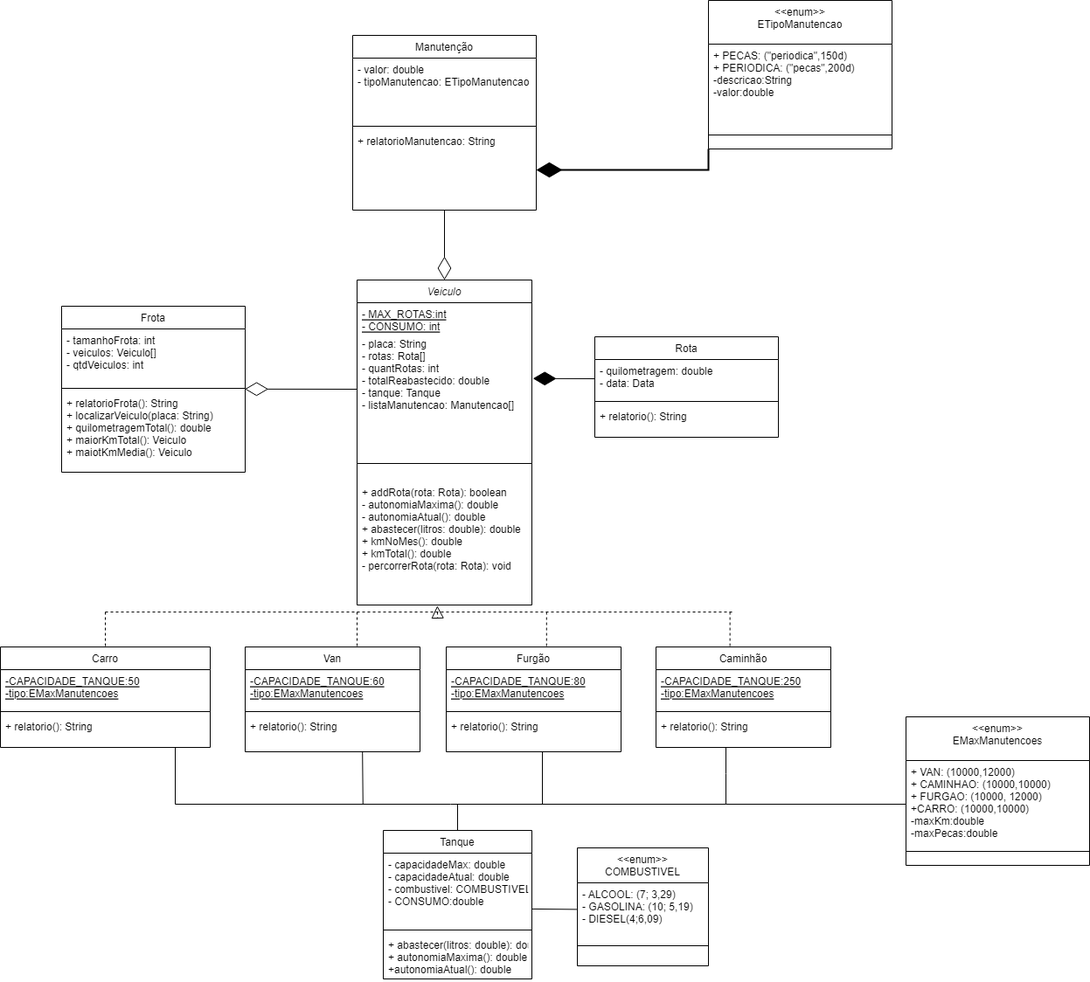
Above: docs/diagramas/POO_Controle_Frota.drawio.png in DisciplinasProgramacao/poo-tp-em-grupo-os-regulares (draw.io), before the change. Source tidied: cells renumbered, new cells last; positions are measured from the earlier drawing's top-left corner, leaving out a move shared by most shapes.
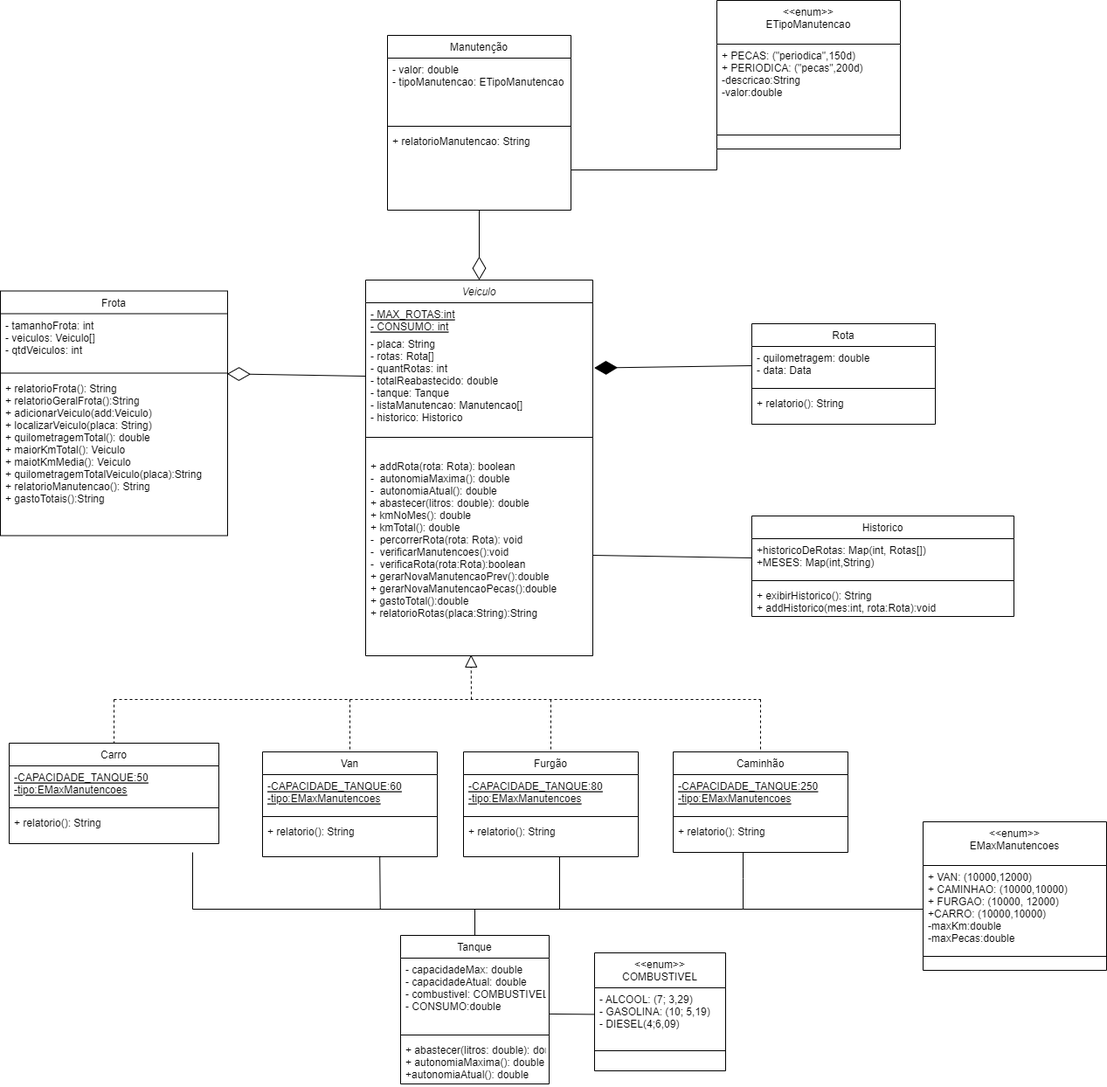
The same diagram one commit later.

Commit message:
Versão final do UML

Change to the diagram source:
```diff
@@ -3,34 +3,34 @@
     <mxCell id="0" />
     <mxCell id="1" parent="0" />
     <mxCell id="2" value="Frota" style="swimlane;fontStyle=0;align=center;verticalAlign=top;horizontal=1;startSize=26;rounded=0;shadow=0;strokeWidth=1;" parent="1" vertex="1">
-      <mxGeometry x="70" y="350" width="210" height="190" as="geometry" />
+      <mxGeometry x="-10" y="332.5" width="260" height="280" as="geometry" />
     </mxCell>
     <mxCell id="3" value="- tamanhoFrota: int&#10;- veiculos: Veiculo[]&#10;- qtdVeiculos: int" style="text;align=left;verticalAlign=top;spacingLeft=4;spacingRight=4;overflow=hidden;" parent="2" vertex="1">
-      <mxGeometry y="26" width="210" height="64" as="geometry" />
+      <mxGeometry y="26" width="260" height="64" as="geometry" />
     </mxCell>
     <mxCell id="4" style="line;html=1;strokeWidth=1;align=left;verticalAlign=middle;spacingTop=-1;spacingLeft=3;spacingRight=3;labelPosition=right;points=[];portConstraint=eastwest;" parent="2" vertex="1">
-      <mxGeometry y="90" width="210" height="8" as="geometry" />
+      <mxGeometry y="90" width="260" height="8" as="geometry" />
     </mxCell>
-    <mxCell id="5" value="+ relatorioFrota(): String&#10;+ localizarVeiculo(placa: String)&#10;+ quilometragemTotal(): double&#10;+ maiorKmTotal(): Veiculo&#10;+ maiotKmMedia(): Veiculo" style="text;align=left;verticalAlign=top;spacingLeft=4;spacingRight=4;overflow=hidden;" parent="2" vertex="1">
-      <mxGeometry y="98" width="210" height="92" as="geometry" />
+    <mxCell id="5" value="+ relatorioFrota(): String&#10;+ relatorioGeralFrota():String&#10;+ adicionarVeiculo(add:Veiculo)&#10;+ localizarVeiculo(placa: String)&#10;+ quilometragemTotal(): double&#10;+ maiorKmTotal(): Veiculo&#10;+ maiotKmMedia(): Veiculo&#10;+ quilometragemTotalVeiculo(placa):String&#10;+ relatorioManutencao(): String&#10;+ gastoTotais():String" style="text;align=left;verticalAlign=top;spacingLeft=4;spacingRight=4;overflow=hidden;" parent="2" vertex="1">
+      <mxGeometry y="98" width="260" height="182" as="geometry" />
     </mxCell>
     <mxCell id="6" value="Veiculo" style="swimlane;fontStyle=2;align=center;verticalAlign=top;horizontal=1;startSize=26;rounded=0;shadow=0;strokeWidth=1;" parent="1" vertex="1">
-      <mxGeometry x="408" y="320" width="200" height="372" as="geometry" />
+      <mxGeometry x="408" y="320" width="260" height="430" as="geometry" />
     </mxCell>
     <mxCell id="7" value="- MAX_ROTAS:int&#10;- CONSUMO: int" style="text;align=left;verticalAlign=top;spacingLeft=4;spacingRight=4;overflow=hidden;fontStyle=4;" parent="6" vertex="1">
-      <mxGeometry y="26" width="200" height="34" as="geometry" />
+      <mxGeometry y="26" width="260" height="34" as="geometry" />
     </mxCell>
-    <mxCell id="8" value="- placa: String&#10;- rotas: Rota[]&#10;- quantRotas: int&#10;- totalReabastecido: double&#10;- tanque: Tanque&#10;- listaManutencao: Manutencao[]" style="text;align=left;verticalAlign=top;spacingLeft=4;spacingRight=4;overflow=hidden;points=[[0,0.5],[1,0.5]];portConstraint=eastwest;fontStyle=0;" parent="6" vertex="1">
-      <mxGeometry y="60" width="200" height="130" as="geometry" />
+    <mxCell id="8" value="- placa: String&#10;- rotas: Rota[]&#10;- quantRotas: int&#10;- totalReabastecido: double&#10;- tanque: Tanque&#10;- listaManutencao: Manutencao[]&#10;- historico: Historico&#10;" style="text;align=left;verticalAlign=top;spacingLeft=4;spacingRight=4;overflow=hidden;points=[[0,0.5],[1,0.5]];portConstraint=eastwest;fontStyle=0;" parent="6" vertex="1">
+      <mxGeometry y="60" width="260" height="100" as="geometry" />
     </mxCell>
     <mxCell id="9" style="line;html=1;strokeWidth=1;align=left;verticalAlign=middle;spacingTop=-1;spacingLeft=3;spacingRight=3;labelPosition=right;" parent="6" vertex="1">
-      <mxGeometry y="190" width="200" height="40" as="geometry" />
+      <mxGeometry y="160" width="260" height="40" as="geometry" />
     </mxCell>
-    <mxCell id="10" value="+ addRota(rota: Rota): boolean&#10;- autonomiaMaxima(): double&#10;- autonomiaAtual(): double&#10;+ abastecer(litros: double): double&#10;+ kmNoMes(): double&#10;+ kmTotal(): double&#10;- percorrerRota(rota: Rota): void" style="text;align=left;verticalAlign=top;spacingLeft=4;spacingRight=4;overflow=hidden;points=[[0,0.5],[1,0.5]];portConstraint=eastwest;" parent="6" vertex="1">
-      <mxGeometry y="230" width="200" height="142" as="geometry" />
+    <mxCell id="10" value="+ addRota(rota: Rota): boolean&#10;-  autonomiaMaxima(): double&#10;-  autonomiaAtual(): double&#10;+ abastecer(litros: double): double&#10;+ kmNoMes(): double&#10;+ kmTotal(): double&#10;-  percorrerRota(rota: Rota): void&#10;-  verificarManutencoes():void&#10;-  verificaRota(rota:Rota):boolean&#10;+ gerarNovaManutencaoPrev():double&#10;+ gerarNovaManutencaoPecas():double&#10;+ gastoTotal():double&#10;+ relatorioRotas(placa:String):String&#10;" style="text;align=left;verticalAlign=top;spacingLeft=4;spacingRight=4;overflow=hidden;points=[[0,0.5],[1,0.5]];portConstraint=eastwest;" parent="6" vertex="1">
+      <mxGeometry y="200" width="260" height="230" as="geometry" />
     </mxCell>
     <mxCell id="11" value="&lt;&lt;enum&gt;&gt;&#10;COMBUSTIVEL" style="swimlane;fontStyle=0;align=center;verticalAlign=top;horizontal=1;startSize=40;rounded=0;shadow=0;strokeWidth=1;" parent="1" vertex="1">
-      <mxGeometry x="660" y="970" width="150" height="135" as="geometry" />
+      <mxGeometry x="670" y="1090" width="150" height="135" as="geometry" />
     </mxCell>
     <mxCell id="12" value="- ALCOOL: (7; 3,29)&#10;- GASOLINA: (10; 5,19)&#10;- DIESEL(4;6,09)" style="text;align=left;verticalAlign=top;spacingLeft=4;spacingRight=4;overflow=hidden;points=[[0,0.5],[1,0.5]];portConstraint=eastwest;fontStyle=0;" parent="11" vertex="1">
       <mxGeometry y="40" width="150" height="68" as="geometry" />
@@ -42,7 +42,7 @@
       <mxGeometry relative="1" as="geometry" />
     </mxCell>
     <mxCell id="15" value="Rota" style="swimlane;fontStyle=0;align=center;verticalAlign=top;horizontal=1;startSize=26;rounded=0;shadow=0;strokeWidth=1;" parent="1" vertex="1">
-      <mxGeometry x="680" y="385" width="210" height="115" as="geometry" />
+      <mxGeometry x="850" y="370" width="210" height="115" as="geometry" />
     </mxCell>
     <mxCell id="16" value="- quilometragem: double&#10;- data: Data" style="text;align=left;verticalAlign=top;spacingLeft=4;spacingRight=4;overflow=hidden;points=[[0,0.5],[1,0.5]];portConstraint=eastwest;" parent="15" vertex="1">
       <mxGeometry y="26" width="210" height="44" as="geometry" />
@@ -57,7 +57,7 @@
       <mxGeometry relative="1" as="geometry" />
     </mxCell>
     <mxCell id="20" value="Van" style="swimlane;fontStyle=0;align=center;verticalAlign=top;horizontal=1;startSize=26;rounded=0;shadow=0;strokeWidth=1;" parent="1" vertex="1">
-      <mxGeometry x="280" y="740" width="200" height="120" as="geometry" />
+      <mxGeometry x="290" y="860" width="200" height="120" as="geometry" />
     </mxCell>
     <mxCell id="21" value="-CAPACIDADE_TANQUE:60&#10;-tipo:EMaxManutencoes" style="text;align=left;verticalAlign=top;spacingLeft=4;spacingRight=4;overflow=hidden;fontStyle=4;" parent="20" vertex="1">
       <mxGeometry y="26" width="200" height="44" as="geometry" />
@@ -69,7 +69,7 @@
       <mxGeometry y="78" width="200" height="42" as="geometry" />
     </mxCell>
     <mxCell id="24" value="Furgão" style="swimlane;fontStyle=0;align=center;verticalAlign=top;horizontal=1;startSize=26;rounded=0;shadow=0;strokeWidth=1;" parent="1" vertex="1">
-      <mxGeometry x="510" y="740" width="200" height="120" as="geometry" />
+      <mxGeometry x="520" y="860" width="200" height="120" as="geometry" />
     </mxCell>
     <mxCell id="25" value="-CAPACIDADE_TANQUE:80&#10;-tipo:EMaxManutencoes" style="text;align=left;verticalAlign=top;spacingLeft=4;spacingRight=4;overflow=hidden;fontStyle=4;" parent="24" vertex="1">
       <mxGeometry y="26" width="200" height="44" as="geometry" />
@@ -81,7 +81,7 @@
       <mxGeometry y="78" width="200" height="32" as="geometry" />
     </mxCell>
     <mxCell id="28" value="Carro" style="swimlane;fontStyle=0;align=center;verticalAlign=top;horizontal=1;startSize=26;rounded=0;shadow=0;strokeWidth=1;" parent="1" vertex="1">
-      <mxGeometry y="740" width="240" height="115" as="geometry" />
+      <mxGeometry y="850" width="240" height="115" as="geometry" />
     </mxCell>
     <mxCell id="29" value="-CAPACIDADE_TANQUE:50&#10;-tipo:EMaxManutencoes" style="text;align=left;verticalAlign=top;spacingLeft=4;spacingRight=4;overflow=hidden;fontStyle=4;" parent="28" vertex="1">
       <mxGeometry y="26" width="240" height="44" as="geometry" />
@@ -93,7 +93,7 @@
       <mxGeometry y="78" width="240" height="32" as="geometry" />
     </mxCell>
     <mxCell id="32" value="Caminhão" style="swimlane;fontStyle=0;align=center;verticalAlign=top;horizontal=1;startSize=26;rounded=0;shadow=0;strokeWidth=1;" parent="1" vertex="1">
-      <mxGeometry x="750" y="740" width="200" height="115" as="geometry" />
+      <mxGeometry x="760" y="860" width="200" height="115" as="geometry" />
     </mxCell>
     <mxCell id="33" value="-CAPACIDADE_TANQUE:250&#10;-tipo:EMaxManutencoes" style="text;align=left;verticalAlign=top;spacingLeft=4;spacingRight=4;overflow=hidden;fontStyle=4;" parent="32" vertex="1">
       <mxGeometry y="26" width="200" height="44" as="geometry" />
@@ -104,42 +104,39 @@
     <mxCell id="35" value="+ relatorio(): String" style="text;align=left;verticalAlign=top;spacingLeft=4;spacingRight=4;overflow=hidden;" parent="32" vertex="1">
       <mxGeometry y="78" width="200" height="32" as="geometry" />
     </mxCell>
-    <mxCell id="36" style="endArrow=block;dashed=1;endFill=0;endSize=12;html=1;rounded=0;entryX=0.459;entryY=1.006;entryDx=0;entryDy=0;entryPerimeter=0;" parent="1" edge="1" target="10">
+    <mxCell id="36" style="endArrow=block;dashed=1;endFill=0;endSize=12;html=1;rounded=0;entryX=0.464;entryY=0.995;entryDx=0;entryDy=0;entryPerimeter=0;" parent="1" edge="1" target="10">
       <mxGeometry relative="1" as="geometry">
-        <mxPoint x="500" y="700" as="sourcePoint" />
+        <mxPoint x="529" y="800" as="sourcePoint" />
       </mxGeometry>
     </mxCell>
     <mxCell id="37" style="endArrow=none;dashed=1;html=1;rounded=0;" parent="1" edge="1">
       <mxGeometry relative="1" as="geometry">
-        <mxPoint x="120" y="700" as="sourcePoint" />
-        <mxPoint x="840" y="700" as="targetPoint" />
+        <mxPoint x="120" y="800" as="sourcePoint" />
+        <mxPoint x="860" y="800" as="targetPoint" />
       </mxGeometry>
     </mxCell>
     <mxCell id="38" style="endArrow=none;dashed=1;html=1;rounded=0;entryX=0.5;entryY=0;entryDx=0;entryDy=0;" parent="1" edge="1" target="28">
       <mxGeometry relative="1" as="geometry">
-        <mxPoint x="120" y="700" as="sourcePoint" />
+        <mxPoint x="120" y="800" as="sourcePoint" />
       </mxGeometry>
     </mxCell>
-    <mxCell id="39" style="endArrow=none;dashed=1;html=1;rounded=0;entryX=0.5;entryY=0;entryDx=0;entryDy=0;" parent="1" edge="1">
+    <mxCell id="39" style="endArrow=none;dashed=1;html=1;rounded=0;entryX=0.5;entryY=0;entryDx=0;entryDy=0;" parent="1" edge="1" target="20">
       <mxGeometry relative="1" as="geometry">
-        <mxPoint x="408" y="700" as="sourcePoint" />
-        <mxPoint x="408" y="740" as="targetPoint" />
+        <mxPoint x="390" y="800" as="sourcePoint" />
       </mxGeometry>
     </mxCell>
-    <mxCell id="40" style="endArrow=none;dashed=1;html=1;rounded=0;entryX=0.5;entryY=0;entryDx=0;entryDy=0;" parent="1" edge="1">
+    <mxCell id="40" style="endArrow=none;dashed=1;html=1;rounded=0;entryX=0.5;entryY=0;entryDx=0;entryDy=0;" parent="1" edge="1" target="24">
       <mxGeometry relative="1" as="geometry">
-        <mxPoint x="624.8" y="700" as="sourcePoint" />
-        <mxPoint x="624.8" y="740" as="targetPoint" />
+        <mxPoint x="620" y="800" as="sourcePoint" />
       </mxGeometry>
     </mxCell>
-    <mxCell id="41" style="endArrow=none;dashed=1;html=1;rounded=0;entryX=0.5;entryY=0;entryDx=0;entryDy=0;" parent="1" edge="1">
+    <mxCell id="41" style="endArrow=none;dashed=1;html=1;rounded=0;entryX=0.5;entryY=0;entryDx=0;entryDy=0;" parent="1" edge="1" target="32">
       <mxGeometry relative="1" as="geometry">
-        <mxPoint x="834.6" y="700" as="sourcePoint" />
-        <mxPoint x="834.6" y="740" as="targetPoint" />
+        <mxPoint x="860" y="800" as="sourcePoint" />
       </mxGeometry>
     </mxCell>
     <mxCell id="42" value="Tanque" style="swimlane;fontStyle=0;align=center;verticalAlign=top;horizontal=1;startSize=26;rounded=0;shadow=0;strokeWidth=1;" parent="1" vertex="1">
-      <mxGeometry x="438" y="950" width="170" height="170" as="geometry" />
+      <mxGeometry x="448" y="1070" width="170" height="170" as="geometry" />
     </mxCell>
     <mxCell id="43" value="- capacidadeMax: double&#10;- capacidadeAtual: double&#10;- combustivel: COMBUSTIVEL&#10;- CONSUMO:double " style="text;align=left;verticalAlign=top;spacingLeft=4;spacingRight=4;overflow=hidden;points=[[0,0.5],[1,0.5]];portConstraint=eastwest;fontStyle=0;" parent="42" vertex="1">
       <mxGeometry y="26" width="170" height="84" as="geometry" />
@@ -155,43 +152,43 @@
     </mxCell>
     <mxCell id="47" style="endArrow=none;html=1;rounded=0;exitX=0.5;exitY=0;exitDx=0;exitDy=0;" parent="1" edge="1" source="42">
       <mxGeometry relative="1" as="geometry">
-        <mxPoint x="523" y="920" as="targetPoint" />
+        <mxPoint x="533" y="1040" as="targetPoint" />
       </mxGeometry>
     </mxCell>
     <mxCell id="48" style="endArrow=none;html=1;rounded=0;" parent="1" edge="1">
       <mxGeometry relative="1" as="geometry">
-        <mxPoint x="200" y="920" as="sourcePoint" />
-        <mxPoint x="830" y="920" as="targetPoint" />
+        <mxPoint x="210" y="1040" as="sourcePoint" />
+        <mxPoint x="840" y="1040" as="targetPoint" />
       </mxGeometry>
     </mxCell>
     <mxCell id="49" style="endArrow=none;html=1;rounded=0;" parent="1" edge="1">
       <mxGeometry relative="1" as="geometry">
-        <mxPoint x="200" y="920" as="sourcePoint" />
-        <mxPoint x="200" y="855" as="targetPoint" />
+        <mxPoint x="210" y="1040" as="sourcePoint" />
+        <mxPoint x="210" y="975" as="targetPoint" />
       </mxGeometry>
     </mxCell>
     <mxCell id="50" style="endArrow=none;html=1;rounded=0;entryX=0.671;entryY=0.983;entryDx=0;entryDy=0;entryPerimeter=0;" parent="1" edge="1" target="23">
       <mxGeometry relative="1" as="geometry">
-        <mxPoint x="414.8" y="920" as="sourcePoint" />
+        <mxPoint x="424.8" y="1040" as="sourcePoint" />
       </mxGeometry>
     </mxCell>
     <mxCell id="51" style="endArrow=none;html=1;rounded=0;" parent="1" edge="1">
       <mxGeometry relative="1" as="geometry">
-        <mxPoint x="620" y="920" as="sourcePoint" />
-        <mxPoint x="620" y="860" as="targetPoint" />
+        <mxPoint x="630" y="1040" as="sourcePoint" />
+        <mxPoint x="630" y="980" as="targetPoint" />
       </mxGeometry>
     </mxCell>
     <mxCell id="52" style="endArrow=none;html=1;rounded=0;" parent="1" edge="1">
       <mxGeometry relative="1" as="geometry">
-        <mxPoint x="830" y="920" as="sourcePoint" />
-        <mxPoint x="830" y="855" as="targetPoint" />
+        <mxPoint x="840" y="1040" as="sourcePoint" />
+        <mxPoint x="840" y="975" as="targetPoint" />
         <Array as="points">
-          <mxPoint x="830" y="885" />
+          <mxPoint x="840" y="1005" />
         </Array>
       </mxGeometry>
     </mxCell>
     <mxCell id="53" value="Manutenção" style="swimlane;fontStyle=0;align=center;verticalAlign=top;horizontal=1;startSize=26;rounded=0;shadow=0;strokeWidth=1;" parent="1" vertex="1">
-      <mxGeometry x="403" y="40" width="210" height="200" as="geometry" />
+      <mxGeometry x="433" y="40" width="210" height="200" as="geometry" />
     </mxCell>
     <mxCell id="54" value="- valor: double&#10;- tipoManutencao: ETipoManutencao" style="text;align=left;verticalAlign=top;spacingLeft=4;spacingRight=4;overflow=hidden;" parent="53" vertex="1">
       <mxGeometry y="26" width="210" height="74" as="geometry" />
@@ -203,7 +200,7 @@
       <mxGeometry y="108" width="210" height="92" as="geometry" />
     </mxCell>
     <mxCell id="57" value="&lt;&lt;enum&gt;&gt;&#10;EMaxManutencoes" style="swimlane;fontStyle=0;align=center;verticalAlign=top;horizontal=1;startSize=50;rounded=0;shadow=0;strokeWidth=1;" parent="1" vertex="1">
-      <mxGeometry x="1036" y="820" width="210" height="170" as="geometry" />
+      <mxGeometry x="1046" y="940" width="210" height="170" as="geometry" />
     </mxCell>
     <mxCell id="58" value="+ VAN: (10000,12000)&#10;+ CAMINHAO: (10000,10000)&#10;+ FURGAO: (10000, 12000)&#10;+CARRO: (10000,10000)&#10;-maxKm:double&#10;-maxPecas:double&#10;" style="text;align=left;verticalAlign=top;spacingLeft=4;spacingRight=4;overflow=hidden;points=[[0,0.5],[1,0.5]];portConstraint=eastwest;" parent="57" vertex="1">
       <mxGeometry y="50" width="210" height="100" as="geometry" />
@@ -220,16 +217,31 @@
     <mxCell id="62" style="line;html=1;strokeWidth=1;align=left;verticalAlign=middle;spacingTop=-1;spacingLeft=3;spacingRight=3;labelPosition=right;" parent="60" vertex="1">
       <mxGeometry y="150" width="210" height="8" as="geometry" />
     </mxCell>
-    <mxCell id="63" style="edgeStyle=orthogonalEdgeStyle;rounded=0;jettySize=auto;html=1;endArrow=diamondThin;endFill=1;strokeWidth=2;entryX=1;entryY=0.5;entryDx=0;entryDy=0;endSize=24;exitX=0;exitY=1;exitDx=0;exitDy=0;" parent="1" edge="1" source="60" target="56">
+    <mxCell id="63" style="edgeStyle=orthogonalEdgeStyle;rounded=0;jettySize=auto;html=1;endArrow=none;endFill=0;strokeWidth=1;entryX=1;entryY=0.5;entryDx=0;entryDy=0;endSize=24;exitX=0;exitY=1;exitDx=0;exitDy=0;" parent="1" edge="1" source="60" target="56">
       <mxGeometry relative="1" as="geometry" />
     </mxCell>
-    <mxCell id="64" style="endArrow=diamondThin;endFill=0;endSize=24;html=1;rounded=0;exitX=0.5;exitY=1;exitDx=0;exitDy=0;" parent="1" edge="1" source="53" target="6">
+    <mxCell id="64" style="endArrow=diamondThin;endFill=0;endSize=24;html=1;rounded=0;exitX=0.5;exitY=1;exitDx=0;exitDy=0;entryX=0.5;entryY=0;entryDx=0;entryDy=0;" parent="1" edge="1" source="53" target="6">
       <mxGeometry relative="1" as="geometry" />
     </mxCell>
     <mxCell id="65" style="endArrow=none;html=1;rounded=0;entryX=0;entryY=0.5;entryDx=0;entryDy=0;" parent="1" edge="1" target="58">
       <mxGeometry relative="1" as="geometry">
-        <mxPoint x="830" y="920" as="sourcePoint" />
+        <mxPoint x="840" y="1040" as="sourcePoint" />
       </mxGeometry>
     </mxCell>
+    <mxCell id="66" value="Historico" style="swimlane;fontStyle=0;align=center;verticalAlign=top;horizontal=1;startSize=26;rounded=0;shadow=0;strokeWidth=1;" parent="1" vertex="1">
+      <mxGeometry x="850" y="590" width="300" height="115" as="geometry" />
+    </mxCell>
+    <mxCell id="67" value="+historicoDeRotas: Map(int, Rotas[])&#10;+MESES: Map(int,String)" style="text;align=left;verticalAlign=top;spacingLeft=4;spacingRight=4;overflow=hidden;points=[[0,0.5],[1,0.5]];portConstraint=eastwest;" parent="66" vertex="1">
+      <mxGeometry y="26" width="300" height="44" as="geometry" />
+    </mxCell>
+    <mxCell id="68" style="line;html=1;strokeWidth=1;align=left;verticalAlign=middle;spacingTop=-1;spacingLeft=3;spacingRight=3;labelPosition=right;" parent="66" vertex="1">
+      <mxGeometry y="70" width="300" height="8" as="geometry" />
+    </mxCell>
+    <mxCell id="69" value="+ exibirHistorico(): String&#10;+ addHistorico(mes:int, rota:Rota):void" style="text;align=left;verticalAlign=top;spacingLeft=4;spacingRight=4;overflow=hidden;" parent="66" vertex="1">
+      <mxGeometry y="78" width="300" height="32" as="geometry" />
+    </mxCell>
+    <mxCell id="70" style="endArrow=none;html=1;rounded=0;entryX=0;entryY=0.5;entryDx=0;entryDy=0;exitX=1;exitY=0.5;exitDx=0;exitDy=0;" parent="1" edge="1" source="10" target="67">
+      <mxGeometry relative="1" as="geometry" />
+    </mxCell>
   </root>
 </mxGraphModel>
```
